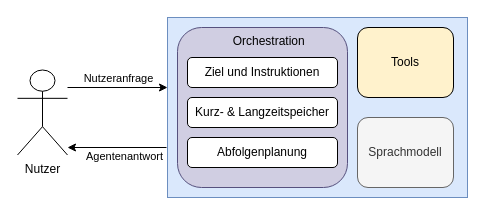
This is struktu eines Agenen und seine Komponenten.drawio from blumjo99/MasterThesisDiagram, a draw.io file, before an edit. Source tidied: cells renumbered, new cells numbered last; positions are measured from the earlier drawing's top-left corner, leaving out a move shared by most shapes. Both pictures are drawn from the tidied source at 100%, with x=0, y=0 at pixel (17, 17).
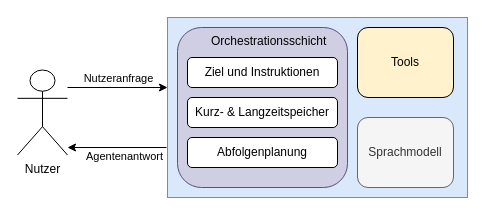
After the change.

Change to the diagram source:
```diff
@@
 <mxGraphModel>
   <root>
     <mxCell id="0" />
     <mxCell id="1" parent="0" />
     <mxCell id="2" value="Nutzer" style="shape=umlActor;verticalLabelPosition=bottom;verticalAlign=top;html=1;outlineConnect=0;" parent="1" vertex="1">
       <mxGeometry y="52.5" width="50" height="85" as="geometry" />
     </mxCell>
     <mxCell id="3" style="edgeStyle=orthogonalEdgeStyle;rounded=0;jettySize=auto;html=1;" parent="1" edge="1" target="2">
       <mxGeometry relative="1" as="geometry">
         <mxPoint x="149" y="130" as="sourcePoint" />
         <Array as="points">
           <mxPoint x="149" y="130" />
         </Array>
       </mxGeometry>
     </mxCell>
     <mxCell id="4" value="Agentenantwort" style="edgeLabel;html=1;align=center;verticalAlign=middle;" parent="3" vertex="1">
       <mxGeometry x="0.11" y="-3" relative="1" as="geometry">
         <mxPoint x="12" y="11" as="offset" />
       </mxGeometry>
     </mxCell>
     <mxCell id="5" style="rounded=0;whiteSpace=wrap;html=1;fillColor=#dae8fc;strokeColor=#6c8ebf;" parent="1" vertex="1">
       <mxGeometry x="150" width="300" height="180" as="geometry" />
     </mxCell>
     <mxCell id="6" value="Tools" style="rounded=1;whiteSpace=wrap;html=1;fillColor=#fff2cc;strokeColor=#000000;" parent="1" vertex="1">
       <mxGeometry x="340" y="10" width="96" height="70" as="geometry" />
     </mxCell>
     <mxCell id="7" value="Sprachmodell" style="rounded=1;whiteSpace=wrap;html=1;fillColor=#f5f5f5;fontColor=#333333;strokeColor=#666666;" parent="1" vertex="1">
       <mxGeometry x="340" y="100" width="96" height="70" as="geometry" />
     </mxCell>
-    <mxCell id="8" value="&amp;nbsp;&amp;nbsp;&amp;nbsp; Orchestration" style="rounded=1;whiteSpace=wrap;html=1;fillColor=#d0cee2;strokeColor=#56517e;verticalAlign=top;align=center;" parent="1" vertex="1">
+    <mxCell id="8" value="&amp;nbsp;&amp;nbsp;&amp;nbsp; Orchestrationsschicht" style="rounded=1;whiteSpace=wrap;html=1;fillColor=#d0cee2;strokeColor=#56517e;verticalAlign=top;align=center;" parent="1" vertex="1">
       <mxGeometry x="160" y="10" width="170" height="160" as="geometry" />
     </mxCell>
     <mxCell id="9" value="Ziel und Instruktionen" style="rounded=1;whiteSpace=wrap;html=1;" parent="1" vertex="1">
       <mxGeometry x="170" y="40" width="150" height="30" as="geometry" />
     </mxCell>
     <mxCell id="10" value="Kurz- &amp;amp; Langzeitspeicher" style="rounded=1;whiteSpace=wrap;html=1;" parent="1" vertex="1">
       <mxGeometry x="170" y="80" width="150" height="30" as="geometry" />
     </mxCell>
     <mxCell id="11" value="Abfolgenplanung" style="rounded=1;whiteSpace=wrap;html=1;" parent="1" vertex="1">
       <mxGeometry x="170" y="120" width="150" height="30" as="geometry" />
     </mxCell>
     <mxCell id="12" style="edgeStyle=orthogonalEdgeStyle;rounded=0;jettySize=auto;html=1;" parent="1" edge="1" source="2">
       <mxGeometry relative="1" as="geometry">
         <mxPoint x="150" y="70" as="targetPoint" />
         <Array as="points">
           <mxPoint x="150" y="70" />
         </Array>
       </mxGeometry>
     </mxCell>
     <mxCell id="13" value="Nutzeranfrage" style="edgeLabel;html=1;align=center;verticalAlign=middle;" parent="12" vertex="1">
       <mxGeometry x="-0.22" y="2" relative="1" as="geometry">
         <mxPoint x="11" y="-8" as="offset" />
       </mxGeometry>
     </mxCell>
   </root>
 </mxGraphModel>
```
